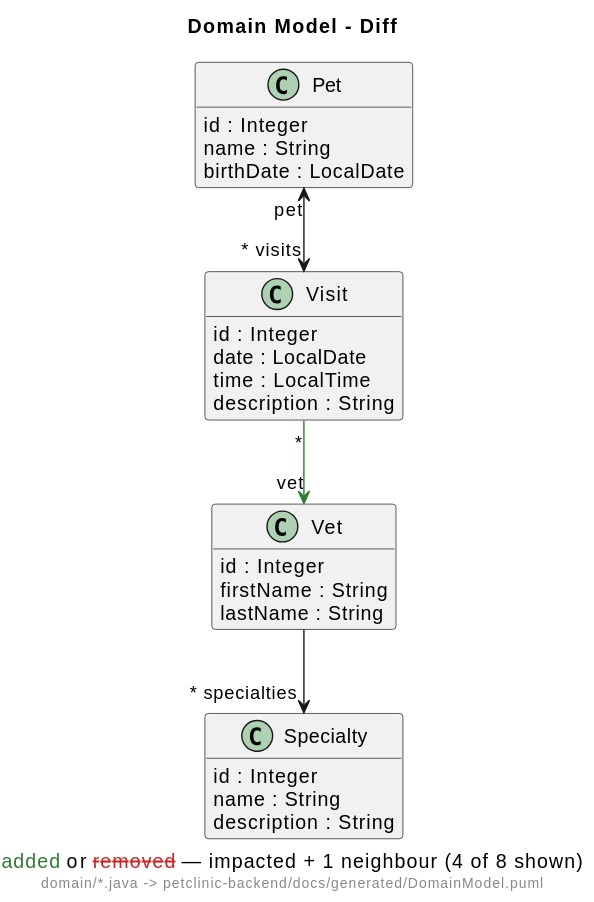
Before: demo/petclinic-visit-vet/assets/diagrams/petclinic-backend_docs_generated_DomainModel.diff.focus1.svg, a diagram exported from PlantUML (victorrentea/human-review).
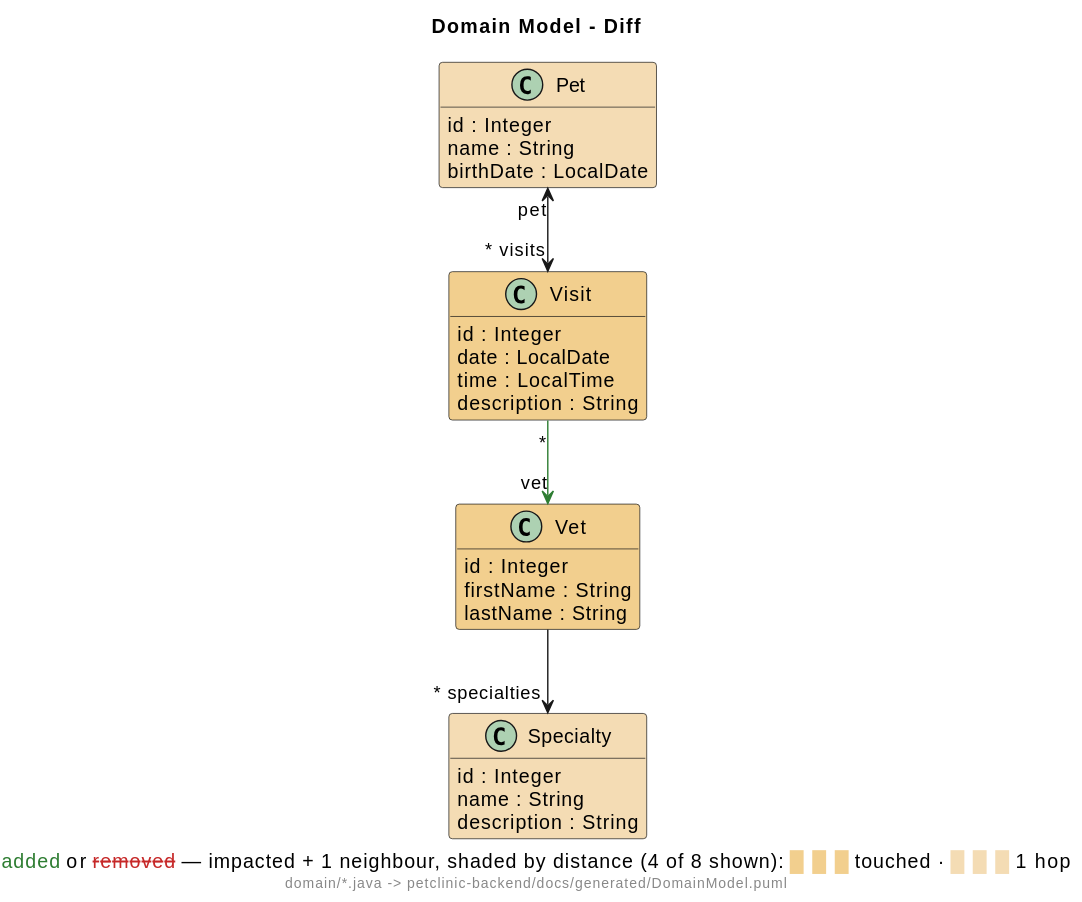
After the commit.

The edit, as a diff of the source:
```diff
@@ -1,5 +1,5 @@
 @startuml
-caption <color:#2E7D32>added</color> or <color:#C62828><s>removed</s></color> — impacted + 1 neighbour (4 of 8 shown)
+caption <color:#2E7D32>added</color> or <color:#C62828><s>removed</s></color> — impacted + 1 neighbour, shaded by distance (4 of 8 shown): <color:#F2CF8E>███</color> touched · <color:#F4DCB4>███</color> 1 hop
 
 title Domain Model - Diff
 footer domain/*.java -> petclinic-backend/docs/generated/DomainModel.puml
@@ -7,22 +7,22 @@
 skinparam classAttributeIconSize 0
 skinparam hyperlinkUnderline false
 skinparam hyperlinkColor #000000
-class Pet [[src://petclinic-backend/src/main/java/victor/training/petclinic/domain/Pet.java:29{Click to open in editor}]] {
+class Pet [[src://petclinic-backend/src/main/java/victor/training/petclinic/domain/Pet.java:29{Click to open in editor}]] #back:F4DCB4 {
   id : Integer
   name : String
   birthDate : LocalDate
 }
-class Specialty [[src://petclinic-backend/src/main/java/victor/training/petclinic/domain/Specialty.java:7{Click to open in editor}]] {
+class Specialty [[src://petclinic-backend/src/main/java/victor/training/petclinic/domain/Specialty.java:7{Click to open in editor}]] #back:F4DCB4 {
   id : Integer
   name : String
   description : String
 }
-class Vet [[src://petclinic-backend/src/main/java/victor/training/petclinic/domain/Vet.java:11{Click to open in editor}]] {
+class Vet [[src://petclinic-backend/src/main/java/victor/training/petclinic/domain/Vet.java:11{Click to open in editor}]] #back:F2CF8E {
   id : Integer
   firstName : String
   lastName : String
 }
-class Visit [[src://petclinic-backend/src/main/java/victor/training/petclinic/domain/Visit.java:11{Click to open in editor}]] {
+class Visit [[src://petclinic-backend/src/main/java/victor/training/petclinic/domain/Visit.java:11{Click to open in editor}]] #back:F2CF8E {
   id : Integer
   date : LocalDate
   time : LocalTime
```
